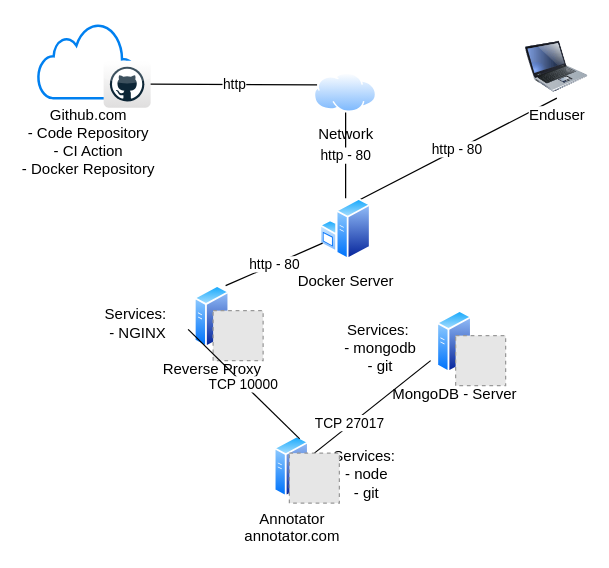
The draw.io diagram documentation/infrastructure.drawio in jimmylevell/annotator, before the edit. Source tidied: cells renumbered, new cells numbered last; positions are measured from the earlier drawing's top-left corner, leaving out a move shared by most shapes. Both pictures are drawn from the tidied source at 125%, with x=0, y=0 at pixel (38, 22). Pictures stored in the file or linked from it are replaced by grey dashed boxes.
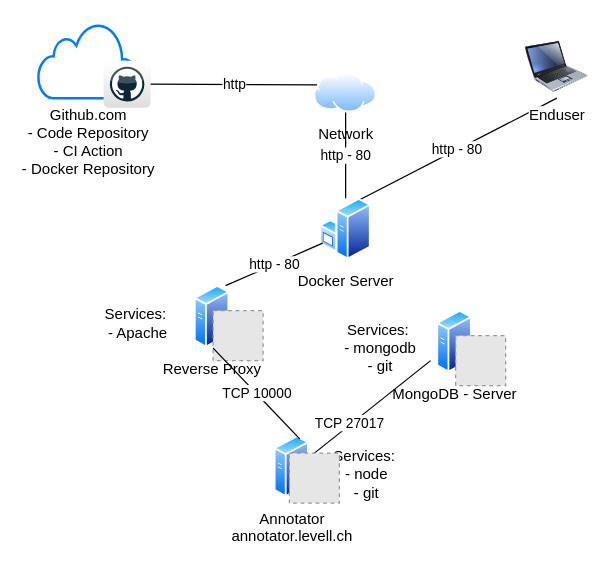
The same diagram, later.

The change refers to these unchanged cells:
```xml
<mxCell id="15" style="fillColor=#E6E6E6;strokeColor=#999999;dashed=1;html=1;verticalAlign=top;verticalLabelPosition=bottom;labelBackgroundColor=#ffffff;" parent="1" vertex="1">
  <mxGeometry x="140" y="230" width="40" height="40" as="geometry" />
</mxCell>
```

Diff of the diagram source:
```diff
@@
-    <mxCell id="14" value="Services:&amp;nbsp;&lt;br&gt;- NGINX" style="text;html=1;strokeColor=none;fillColor=none;align=center;verticalAlign=middle;whiteSpace=wrap;rounded=0;" parent="1" vertex="1">
+    <mxCell id="14" value="Services:&amp;nbsp;&lt;br&gt;- Apache" style="text;html=1;strokeColor=none;fillColor=none;align=center;verticalAlign=middle;whiteSpace=wrap;rounded=0;" parent="1" vertex="1">
       <mxGeometry x="40" y="230" width="80" height="20" as="geometry" />
     </mxCell>
@@
-    <mxCell id="18" value="Annotator&lt;br&gt;annotator.com" style="perimeter=ellipsePerimeter;html=1;align=center;shadow=0;dashed=0;spacingTop=3;image;image=img/lib/active_directory/generic_server.svg;" parent="1" vertex="1">
+    <mxCell id="18" value="Annotator&lt;br&gt;annotator.levell.ch" style="perimeter=ellipsePerimeter;html=1;align=center;shadow=0;dashed=0;spacingTop=3;image;image=img/lib/active_directory/generic_server.svg;" parent="1" vertex="1">
       <mxGeometry x="189" y="330" width="28" height="50" as="geometry" />
     </mxCell>
@@
-    <mxCell id="21" value="TCP 10000" style="endArrow=none;html=1;entryX=1;entryY=0.75;entryDx=0;entryDy=0;endFill=0;exitX=0.75;exitY=0;exitDx=0;exitDy=0;" parent="1" edge="1" source="18" target="14">
+    <mxCell id="21" value="TCP 10000" style="endArrow=none;html=1;entryX=0;entryY=0.75;entryDx=0;entryDy=0;endFill=0;exitX=0.75;exitY=0;exitDx=0;exitDy=0;" parent="1" edge="1" source="18" target="15">
       <mxGeometry relative="1" as="geometry" />
     </mxCell>
```
